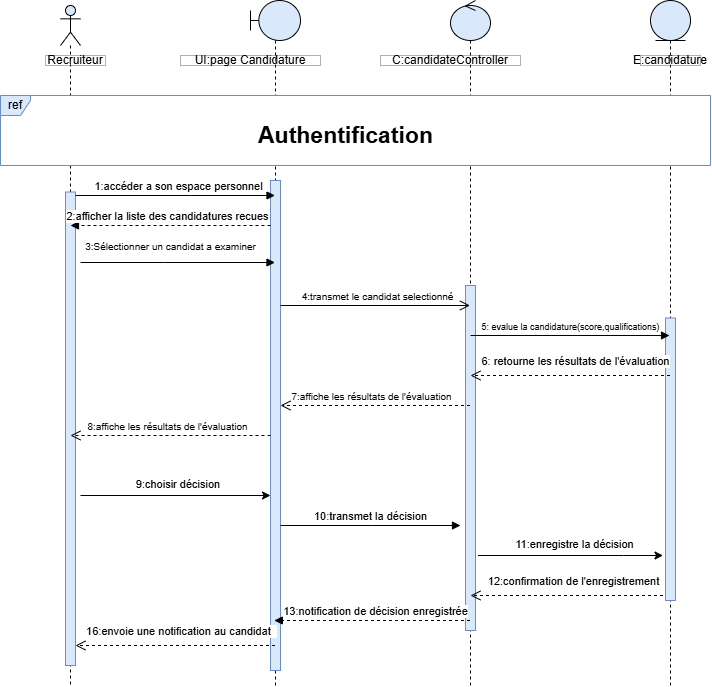
Before: Diagramme sequence evaluer un candidate.drawio.png, a diagram exported from draw.io (chirine1/-project). Source tidied: cells renumbered, new cells last; positions are measured from the earlier drawing's top-left corner, leaving out a move shared by most shapes. Its diagram source:
```xml
<mxGraphModel>
  <root>
    <mxCell id="0" />
    <mxCell id="1" parent="0" />
    <mxCell id="2" style="shape=umlLifeline;perimeter=lifelinePerimeter;whiteSpace=wrap;html=1;outlineConnect=0;portConstraint=eastwest;newEdgeStyle={&quot;curved&quot;:0,&quot;rounded&quot;:0};participant=umlBoundary;fillColor=#dae8fc;strokeColor=default;" parent="1" vertex="1">
      <mxGeometry x="250" width="50" height="685" as="geometry" />
    </mxCell>
    <mxCell id="3" style="html=1;points=[[0,0,0,0,5],[0,1,0,0,-5],[1,0,0,0,5],[1,1,0,0,-5]];perimeter=orthogonalPerimeter;outlineConnect=0;targetShapes=umlLifeline;portConstraint=eastwest;newEdgeStyle={&quot;curved&quot;:0,&quot;rounded&quot;:0};fillColor=#dae8fc;strokeColor=#6c8ebf;" parent="2" vertex="1">
      <mxGeometry x="20" y="180" width="10" height="490" as="geometry" />
    </mxCell>
    <mxCell id="4" style="shape=umlLifeline;perimeter=lifelinePerimeter;whiteSpace=wrap;html=1;outlineConnect=0;portConstraint=eastwest;newEdgeStyle={&quot;curved&quot;:0,&quot;rounded&quot;:0};participant=umlEntity;fillColor=#dae8fc;strokeColor=default;" parent="1" vertex="1">
      <mxGeometry x="650" width="40" height="685" as="geometry" />
    </mxCell>
    <mxCell id="5" style="html=1;perimeter=orthogonalPerimeter;targetShapes=umlLifeline;newEdgeStyle={&quot;curved&quot;:0,&quot;rounded&quot;:0};fillColor=#dae8fc;strokeColor=#6c8ebf;" parent="4" vertex="1">
      <mxGeometry x="15" y="317.5" width="10" height="282.5" as="geometry" />
    </mxCell>
    <mxCell id="6" style="shape=umlLifeline;perimeter=lifelinePerimeter;whiteSpace=wrap;html=1;outlineConnect=0;portConstraint=eastwest;newEdgeStyle={&quot;curved&quot;:0,&quot;rounded&quot;:0};participant=umlControl;fillColor=#dae8fc;strokeColor=default;" parent="1" vertex="1">
      <mxGeometry x="450" width="40" height="685" as="geometry" />
    </mxCell>
    <mxCell id="7" style="html=1;perimeter=orthogonalPerimeter;targetShapes=umlLifeline;newEdgeStyle={&quot;curved&quot;:0,&quot;rounded&quot;:0};fillColor=#dae8fc;strokeColor=#6c8ebf;" parent="6" vertex="1">
      <mxGeometry x="15" y="285" width="10" height="345" as="geometry" />
    </mxCell>
    <mxCell id="8" style="shape=umlLifeline;perimeter=lifelinePerimeter;whiteSpace=wrap;html=1;newEdgeStyle={&quot;curved&quot;:0,&quot;rounded&quot;:0};participant=umlActor;fillColor=#dae8fc;strokeColor=default;" parent="1" vertex="1">
      <mxGeometry x="60" y="5" width="20" height="680" as="geometry" />
    </mxCell>
    <mxCell id="9" style="html=1;points=[[0,0,0,0,5],[0,1,0,0,-5],[1,0,0,0,5],[1,1,0,0,-5]];perimeter=orthogonalPerimeter;outlineConnect=0;targetShapes=umlLifeline;portConstraint=eastwest;newEdgeStyle={&quot;curved&quot;:0,&quot;rounded&quot;:0};fillColor=#dae8fc;strokeColor=#6c8ebf;" parent="8" vertex="1">
      <mxGeometry x="5" y="186.5" width="10" height="473.5" as="geometry" />
    </mxCell>
    <mxCell id="10" value="6: retourne les résultats de l'évaluation" style="html=1;verticalAlign=bottom;endArrow=open;dashed=1;endSize=8;curved=0;rounded=0;" parent="1" edge="1" source="4">
      <mxGeometry x="-0.05" y="-5" relative="1" as="geometry">
        <mxPoint x="470" y="375" as="targetPoint" />
      </mxGeometry>
    </mxCell>
    <mxCell id="11" value="2:afficher la liste des candidatures recues" style="html=1;verticalAlign=bottom;endArrow=block;curved=0;rounded=0;dashed=1;" parent="1" edge="1" source="3">
      <mxGeometry x="0.03" relative="1" as="geometry">
        <mxPoint x="70" y="225" as="targetPoint" />
      </mxGeometry>
    </mxCell>
    <mxCell id="12" value="Recruiteur" style="html=1;whiteSpace=wrap;opacity=30;gradientColor=none;fillColor=default;fillStyle=auto;rounded=0;" parent="1" vertex="1">
      <mxGeometry x="45" y="55" width="60" height="10" as="geometry" />
    </mxCell>
    <mxCell id="13" value="UI:page Candidature" style="html=1;whiteSpace=wrap;opacity=30;gradientColor=none;fillColor=default;fillStyle=auto;rounded=0;" parent="1" vertex="1">
      <mxGeometry x="180" y="55" width="140" height="10" as="geometry" />
    </mxCell>
    <mxCell id="14" value="C:candidateController" style="html=1;whiteSpace=wrap;opacity=30;gradientColor=none;fillColor=default;fillStyle=auto;rounded=0;" parent="1" vertex="1">
      <mxGeometry x="380" y="55" width="140" height="10" as="geometry" />
    </mxCell>
    <mxCell id="15" value="E:candidature" style="html=1;whiteSpace=wrap;opacity=30;gradientColor=none;fillColor=default;fillStyle=auto;rounded=0;" parent="1" vertex="1">
      <mxGeometry x="640" y="55" width="60" height="10" as="geometry" />
    </mxCell>
    <mxCell id="16" value="1:accéder a son espace personnel" style="html=1;verticalAlign=bottom;endArrow=block;curved=0;rounded=0;" parent="1" edge="1" target="2">
      <mxGeometry x="0.03" relative="1" as="geometry">
        <mxPoint x="75" y="195" as="sourcePoint" />
        <Array as="points">
          <mxPoint x="190" y="195" />
        </Array>
      </mxGeometry>
    </mxCell>
    <mxCell id="17" value="ref" style="shape=umlFrame;whiteSpace=wrap;html=1;fillColor=#dae8fc;strokeColor=#6c8ebf;width=30;height=20;swimlaneFillColor=default;" parent="1" vertex="1">
      <mxGeometry y="95" width="710" height="70" as="geometry" />
    </mxCell>
    <mxCell id="18" value="&lt;font style=&quot;font-size: 10px;&quot;&gt;&lt;font style=&quot;font-size: 10px;&quot;&gt;3:&lt;/font&gt;&lt;font style=&quot;font-size: 10px;&quot;&gt;Sélectionner un candidat a examiner&lt;/font&gt;&lt;/font&gt;" style="html=1;verticalAlign=bottom;endArrow=block;curved=0;rounded=0;" parent="1" edge="1" target="2">
      <mxGeometry x="-0.07" y="7" relative="1" as="geometry">
        <mxPoint x="80" y="262" as="sourcePoint" />
        <Array as="points">
          <mxPoint x="163.1" y="262" />
        </Array>
      </mxGeometry>
    </mxCell>
    <mxCell id="19" value="&lt;font style=&quot;font-size: 23px;&quot;&gt;Authentification&lt;/font&gt;" style="text;html=1;align=center;verticalAlign=middle;strokeColor=none;fillColor=default;gradientColor=none;rounded=0;glass=0;shadow=0;fontStyle=1;" parent="1" vertex="1">
      <mxGeometry x="255" y="115" width="180" height="40" as="geometry" />
    </mxCell>
    <mxCell id="20" style="edgeStyle=orthogonalEdgeStyle;rounded=0;orthogonalLoop=1;jettySize=auto;html=1;curved=0;" parent="1" edge="1">
      <mxGeometry relative="1" as="geometry">
        <mxPoint x="80" y="495" as="sourcePoint" />
        <mxPoint x="270" y="495" as="targetPoint" />
        <Array as="points">
          <mxPoint x="220.6" y="495" />
          <mxPoint x="220.6" y="495" />
        </Array>
      </mxGeometry>
    </mxCell>
    <mxCell id="21" value="9:choisir décision&amp;nbsp;" style="edgeLabel;html=1;align=center;verticalAlign=middle;" parent="20" vertex="1">
      <mxGeometry x="-0.03" y="-1" relative="1" as="geometry">
        <mxPoint x="6" y="-13" as="offset" />
      </mxGeometry>
    </mxCell>
    <mxCell id="22" value="&lt;font style=&quot;font-size: 9px;&quot;&gt;5: evalue la candidature(score,qualifications)&lt;/font&gt;" style="html=1;verticalAlign=bottom;endArrow=block;curved=0;rounded=0;" parent="1" edge="1">
      <mxGeometry relative="1" as="geometry">
        <mxPoint x="470" y="335" as="sourcePoint" />
        <mxPoint x="669" y="335" as="targetPoint" />
      </mxGeometry>
    </mxCell>
    <mxCell id="23" value="10:transmet la décision" style="html=1;verticalAlign=bottom;endArrow=block;curved=0;rounded=0;" parent="1" edge="1">
      <mxGeometry relative="1" as="geometry">
        <mxPoint x="280" y="525" as="sourcePoint" />
        <mxPoint x="460" y="525" as="targetPoint" />
        <Array as="points">
          <mxPoint x="370.6" y="525" />
        </Array>
      </mxGeometry>
    </mxCell>
    <mxCell id="24" value="&lt;div style=&quot;text-align: left;&quot;&gt;12:confirmation de l'enregistrement&lt;/div&gt;" style="html=1;verticalAlign=bottom;endArrow=open;dashed=1;endSize=8;curved=0;rounded=0;" parent="1" edge="1">
      <mxGeometry x="-0.06" y="-5" relative="1" as="geometry">
        <mxPoint x="662.5" y="595" as="sourcePoint" />
        <mxPoint x="470" y="595" as="targetPoint" />
      </mxGeometry>
    </mxCell>
    <mxCell id="25" value="&lt;font style=&quot;font-size: 10px;&quot;&gt;7:affiche les résultats de l'évaluation&lt;/font&gt;" style="html=1;verticalAlign=bottom;endArrow=open;dashed=1;endSize=8;curved=0;rounded=0;" parent="1" edge="1" source="6">
      <mxGeometry x="0.03" relative="1" as="geometry">
        <mxPoint x="280" y="405" as="targetPoint" />
      </mxGeometry>
    </mxCell>
    <mxCell id="26" value="&lt;font style=&quot;font-size: 10px;&quot;&gt;4:transmet le candidat selectionné&lt;/font&gt;" style="html=1;verticalAlign=bottom;endArrow=open;endSize=8;curved=0;rounded=0;" parent="1" edge="1" target="6">
      <mxGeometry x="0.03" relative="1" as="geometry">
        <mxPoint x="280" y="305" as="sourcePoint" />
      </mxGeometry>
    </mxCell>
    <mxCell id="27" style="edgeStyle=orthogonalEdgeStyle;rounded=0;orthogonalLoop=1;jettySize=auto;html=1;curved=0;" parent="1" edge="1">
      <mxGeometry relative="1" as="geometry">
        <mxPoint x="477.5" y="555" as="sourcePoint" />
        <mxPoint x="662.5" y="555" as="targetPoint" />
        <Array as="points">
          <mxPoint x="623" y="555" />
          <mxPoint x="623" y="555" />
        </Array>
      </mxGeometry>
    </mxCell>
    <mxCell id="28" value="11:enregistre la décision" style="edgeLabel;html=1;align=center;verticalAlign=middle;" parent="27" vertex="1">
      <mxGeometry x="-0.03" y="-1" relative="1" as="geometry">
        <mxPoint x="6" y="-13" as="offset" />
      </mxGeometry>
    </mxCell>
    <mxCell id="29" value="&lt;font style=&quot;font-size: 10px;&quot;&gt;8:&lt;/font&gt;&lt;span style=&quot;font-size: 10px;&quot;&gt;affiche les résultats de l'évaluation&lt;/span&gt;" style="html=1;verticalAlign=bottom;endArrow=open;dashed=1;endSize=8;curved=0;rounded=0;" parent="1" edge="1">
      <mxGeometry x="0.03" relative="1" as="geometry">
        <mxPoint x="270" y="435" as="sourcePoint" />
        <mxPoint x="70" y="435" as="targetPoint" />
      </mxGeometry>
    </mxCell>
    <mxCell id="30" value="13:notification de décision enregistrée" style="html=1;verticalAlign=bottom;endArrow=block;curved=0;rounded=0;dashed=1;" parent="1" edge="1" source="6" target="2">
      <mxGeometry x="-0.02" relative="1" as="geometry">
        <Array as="points">
          <mxPoint x="343.1" y="620" />
        </Array>
      </mxGeometry>
    </mxCell>
    <mxCell id="31" value="&lt;div style=&quot;text-align: left;&quot;&gt;16:envoie une notification au candidat&amp;nbsp;&amp;nbsp;&lt;/div&gt;" style="html=1;verticalAlign=bottom;endArrow=open;dashed=1;endSize=8;curved=0;rounded=0;" parent="1" edge="1" source="2" target="9">
      <mxGeometry x="-0.06" y="-5" relative="1" as="geometry">
        <Array as="points">
          <mxPoint x="140" y="645" />
        </Array>
      </mxGeometry>
    </mxCell>
  </root>
</mxGraphModel>
```
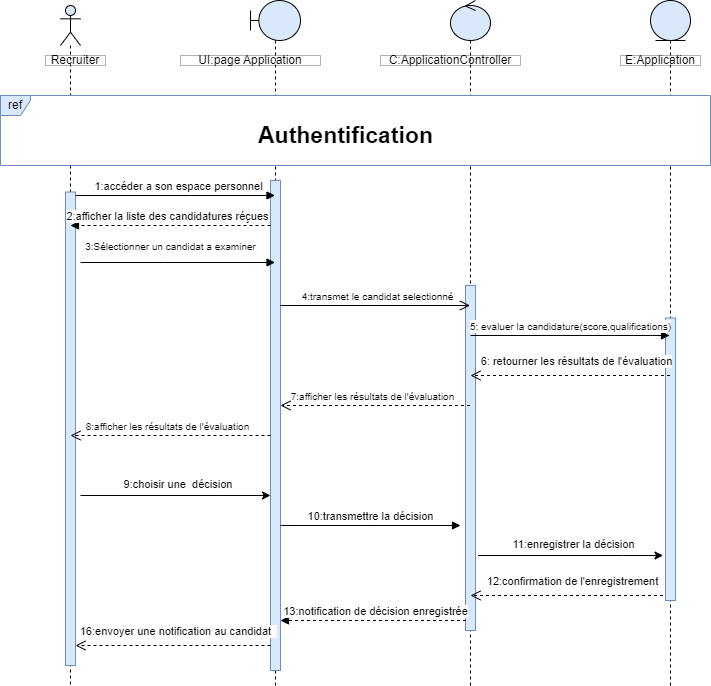
The same file after the commit.

Commit message:
Mettre à jour Diagramme sequence evaluer un candidate.drawio.png

Diff of the diagram source:
```diff
@@ -26,27 +26,27 @@
     <mxCell id="9" style="html=1;points=[[0,0,0,0,5],[0,1,0,0,-5],[1,0,0,0,5],[1,1,0,0,-5]];perimeter=orthogonalPerimeter;outlineConnect=0;targetShapes=umlLifeline;portConstraint=eastwest;newEdgeStyle={&quot;curved&quot;:0,&quot;rounded&quot;:0};fillColor=#dae8fc;strokeColor=#6c8ebf;" parent="8" vertex="1">
       <mxGeometry x="5" y="186.5" width="10" height="473.5" as="geometry" />
     </mxCell>
-    <mxCell id="10" value="6: retourne les résultats de l'évaluation" style="html=1;verticalAlign=bottom;endArrow=open;dashed=1;endSize=8;curved=0;rounded=0;" parent="1" edge="1" source="4">
+    <mxCell id="10" value="6: retourner les résultats de l'évaluation" style="html=1;verticalAlign=bottom;endArrow=open;dashed=1;endSize=8;curved=0;rounded=0;" parent="1" edge="1" source="4">
       <mxGeometry x="-0.05" y="-5" relative="1" as="geometry">
         <mxPoint x="470" y="375" as="targetPoint" />
       </mxGeometry>
     </mxCell>
-    <mxCell id="11" value="2:afficher la liste des candidatures recues" style="html=1;verticalAlign=bottom;endArrow=block;curved=0;rounded=0;dashed=1;" parent="1" edge="1" source="3">
+    <mxCell id="11" value="2:afficher la liste des candidatures réçues" style="html=1;verticalAlign=bottom;endArrow=block;curved=0;rounded=0;dashed=1;" parent="1" edge="1" source="3">
       <mxGeometry x="0.03" relative="1" as="geometry">
         <mxPoint x="70" y="225" as="targetPoint" />
       </mxGeometry>
     </mxCell>
-    <mxCell id="12" value="Recruiteur" style="html=1;whiteSpace=wrap;opacity=30;gradientColor=none;fillColor=default;fillStyle=auto;rounded=0;" parent="1" vertex="1">
+    <mxCell id="12" value="Recruiter" style="html=1;whiteSpace=wrap;opacity=30;gradientColor=none;fillColor=default;fillStyle=auto;rounded=0;" parent="1" vertex="1">
       <mxGeometry x="45" y="55" width="60" height="10" as="geometry" />
     </mxCell>
-    <mxCell id="13" value="UI:page Candidature" style="html=1;whiteSpace=wrap;opacity=30;gradientColor=none;fillColor=default;fillStyle=auto;rounded=0;" parent="1" vertex="1">
+    <mxCell id="13" value="UI:page Application" style="html=1;whiteSpace=wrap;opacity=30;gradientColor=none;fillColor=default;fillStyle=auto;rounded=0;" parent="1" vertex="1">
       <mxGeometry x="180" y="55" width="140" height="10" as="geometry" />
     </mxCell>
-    <mxCell id="14" value="C:candidateController" style="html=1;whiteSpace=wrap;opacity=30;gradientColor=none;fillColor=default;fillStyle=auto;rounded=0;" parent="1" vertex="1">
+    <mxCell id="14" value="C:ApplicationController" style="html=1;whiteSpace=wrap;opacity=30;gradientColor=none;fillColor=default;fillStyle=auto;rounded=0;" parent="1" vertex="1">
       <mxGeometry x="380" y="55" width="140" height="10" as="geometry" />
     </mxCell>
-    <mxCell id="15" value="E:candidature" style="html=1;whiteSpace=wrap;opacity=30;gradientColor=none;fillColor=default;fillStyle=auto;rounded=0;" parent="1" vertex="1">
-      <mxGeometry x="640" y="55" width="60" height="10" as="geometry" />
+    <mxCell id="15" value="E:Application" style="html=1;whiteSpace=wrap;opacity=30;gradientColor=none;fillColor=default;fillStyle=auto;rounded=0;" parent="1" vertex="1">
+      <mxGeometry x="620" y="55" width="80" height="10" as="geometry" />
     </mxCell>
     <mxCell id="16" value="1:accéder a son espace personnel" style="html=1;verticalAlign=bottom;endArrow=block;curved=0;rounded=0;" parent="1" edge="1" target="2">
       <mxGeometry x="0.03" relative="1" as="geometry">
@@ -80,18 +80,18 @@
         </Array>
       </mxGeometry>
     </mxCell>
-    <mxCell id="21" value="9:choisir décision&amp;nbsp;" style="edgeLabel;html=1;align=center;verticalAlign=middle;" parent="20" vertex="1">
+    <mxCell id="21" value="9:choisir une&amp;nbsp; décision&amp;nbsp;" style="edgeLabel;html=1;align=center;verticalAlign=middle;" parent="20" vertex="1">
       <mxGeometry x="-0.03" y="-1" relative="1" as="geometry">
         <mxPoint x="6" y="-13" as="offset" />
       </mxGeometry>
     </mxCell>
-    <mxCell id="22" value="&lt;font style=&quot;font-size: 9px;&quot;&gt;5: evalue la candidature(score,qualifications)&lt;/font&gt;" style="html=1;verticalAlign=bottom;endArrow=block;curved=0;rounded=0;" parent="1" edge="1">
+    <mxCell id="22" value="&lt;font style=&quot;font-size: 10px;&quot;&gt;5: evaluer la candidature(score,qualifications)&lt;/font&gt;" style="html=1;verticalAlign=bottom;endArrow=block;curved=0;rounded=0;" parent="1" edge="1">
       <mxGeometry relative="1" as="geometry">
         <mxPoint x="470" y="335" as="sourcePoint" />
         <mxPoint x="669" y="335" as="targetPoint" />
       </mxGeometry>
     </mxCell>
-    <mxCell id="23" value="10:transmet la décision" style="html=1;verticalAlign=bottom;endArrow=block;curved=0;rounded=0;" parent="1" edge="1">
+    <mxCell id="23" value="10:transmettre la décision" style="html=1;verticalAlign=bottom;endArrow=block;curved=0;rounded=0;" parent="1" edge="1">
       <mxGeometry relative="1" as="geometry">
         <mxPoint x="280" y="525" as="sourcePoint" />
         <mxPoint x="460" y="525" as="targetPoint" />
@@ -106,7 +106,7 @@
         <mxPoint x="470" y="595" as="targetPoint" />
       </mxGeometry>
     </mxCell>
-    <mxCell id="25" value="&lt;font style=&quot;font-size: 10px;&quot;&gt;7:affiche les résultats de l'évaluation&lt;/font&gt;" style="html=1;verticalAlign=bottom;endArrow=open;dashed=1;endSize=8;curved=0;rounded=0;" parent="1" edge="1" source="6">
+    <mxCell id="25" value="&lt;font style=&quot;font-size: 10px;&quot;&gt;7:afficher les résultats de l'évaluation&lt;/font&gt;" style="html=1;verticalAlign=bottom;endArrow=open;dashed=1;endSize=8;curved=0;rounded=0;" parent="1" edge="1" source="6">
       <mxGeometry x="0.03" relative="1" as="geometry">
         <mxPoint x="280" y="405" as="targetPoint" />
       </mxGeometry>
@@ -126,26 +126,29 @@
         </Array>
       </mxGeometry>
     </mxCell>
-    <mxCell id="28" value="11:enregistre la décision" style="edgeLabel;html=1;align=center;verticalAlign=middle;" parent="27" vertex="1">
+    <mxCell id="28" value="11:enregistrer la décision" style="edgeLabel;html=1;align=center;verticalAlign=middle;" parent="27" vertex="1">
       <mxGeometry x="-0.03" y="-1" relative="1" as="geometry">
         <mxPoint x="6" y="-13" as="offset" />
       </mxGeometry>
     </mxCell>
-    <mxCell id="29" value="&lt;font style=&quot;font-size: 10px;&quot;&gt;8:&lt;/font&gt;&lt;span style=&quot;font-size: 10px;&quot;&gt;affiche les résultats de l'évaluation&lt;/span&gt;" style="html=1;verticalAlign=bottom;endArrow=open;dashed=1;endSize=8;curved=0;rounded=0;" parent="1" edge="1">
+    <mxCell id="29" value="&lt;font style=&quot;font-size: 10px;&quot;&gt;8:&lt;/font&gt;&lt;span style=&quot;font-size: 10px;&quot;&gt;afficher les résultats de l'évaluation&lt;/span&gt;" style="html=1;verticalAlign=bottom;endArrow=open;dashed=1;endSize=8;curved=0;rounded=0;" parent="1" edge="1">
       <mxGeometry x="0.03" relative="1" as="geometry">
         <mxPoint x="270" y="435" as="sourcePoint" />
         <mxPoint x="70" y="435" as="targetPoint" />
       </mxGeometry>
     </mxCell>
-    <mxCell id="30" value="13:notification de décision enregistrée" style="html=1;verticalAlign=bottom;endArrow=block;curved=0;rounded=0;dashed=1;" parent="1" edge="1" source="6" target="2">
+    <mxCell id="30" value="13:notification de décision enregistrée" style="html=1;verticalAlign=bottom;endArrow=block;curved=0;rounded=0;dashed=1;" parent="1" edge="1">
       <mxGeometry x="-0.02" relative="1" as="geometry">
+        <mxPoint x="465.5" y="620" as="sourcePoint" />
+        <mxPoint x="280" y="620" as="targetPoint" />
         <Array as="points">
-          <mxPoint x="343.1" y="620" />
+          <mxPoint x="348.6" y="620" />
         </Array>
       </mxGeometry>
     </mxCell>
-    <mxCell id="31" value="&lt;div style=&quot;text-align: left;&quot;&gt;16:envoie une notification au candidat&amp;nbsp;&amp;nbsp;&lt;/div&gt;" style="html=1;verticalAlign=bottom;endArrow=open;dashed=1;endSize=8;curved=0;rounded=0;" parent="1" edge="1" source="2" target="9">
+    <mxCell id="31" value="&lt;div style=&quot;text-align: left;&quot;&gt;16:envoyer une notification au candidat&amp;nbsp;&amp;nbsp;&lt;/div&gt;" style="html=1;verticalAlign=bottom;endArrow=open;dashed=1;endSize=8;curved=0;rounded=0;" parent="1" edge="1" target="9">
       <mxGeometry x="-0.06" y="-5" relative="1" as="geometry">
+        <mxPoint x="270" y="645" as="sourcePoint" />
         <Array as="points">
           <mxPoint x="140" y="645" />
         </Array>
```
